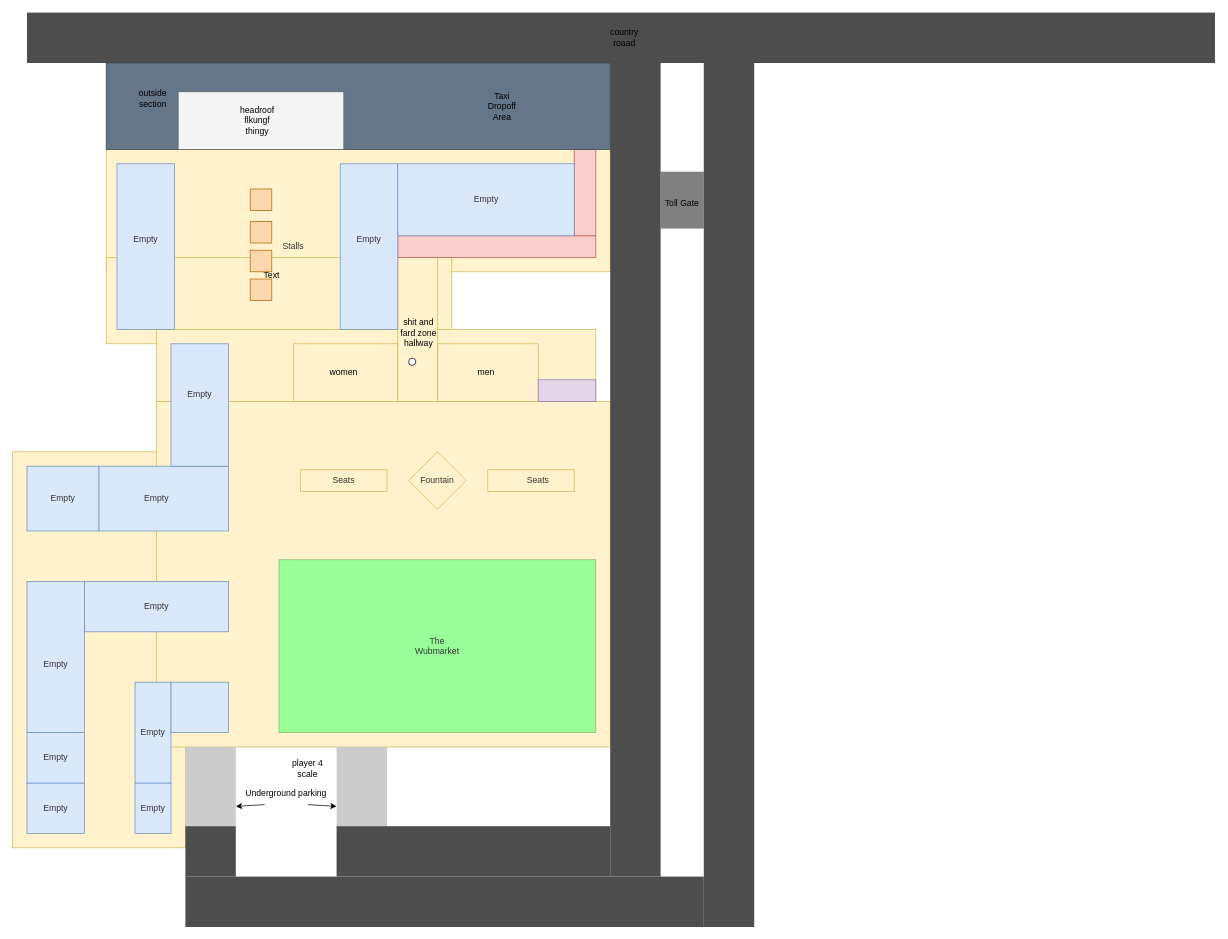
Earlier version of the draw.io diagram Orion Mall Blueprint.drawio (yourlocalonion/orionmallblooprints). Source tidied: cells renumbered, new cells numbered last; positions are measured from the earlier drawing's top-left corner, leaving out a move shared by most shapes. Both pictures are drawn from the tidied source at 72%, with x=0, y=0 at pixel (12, 12).
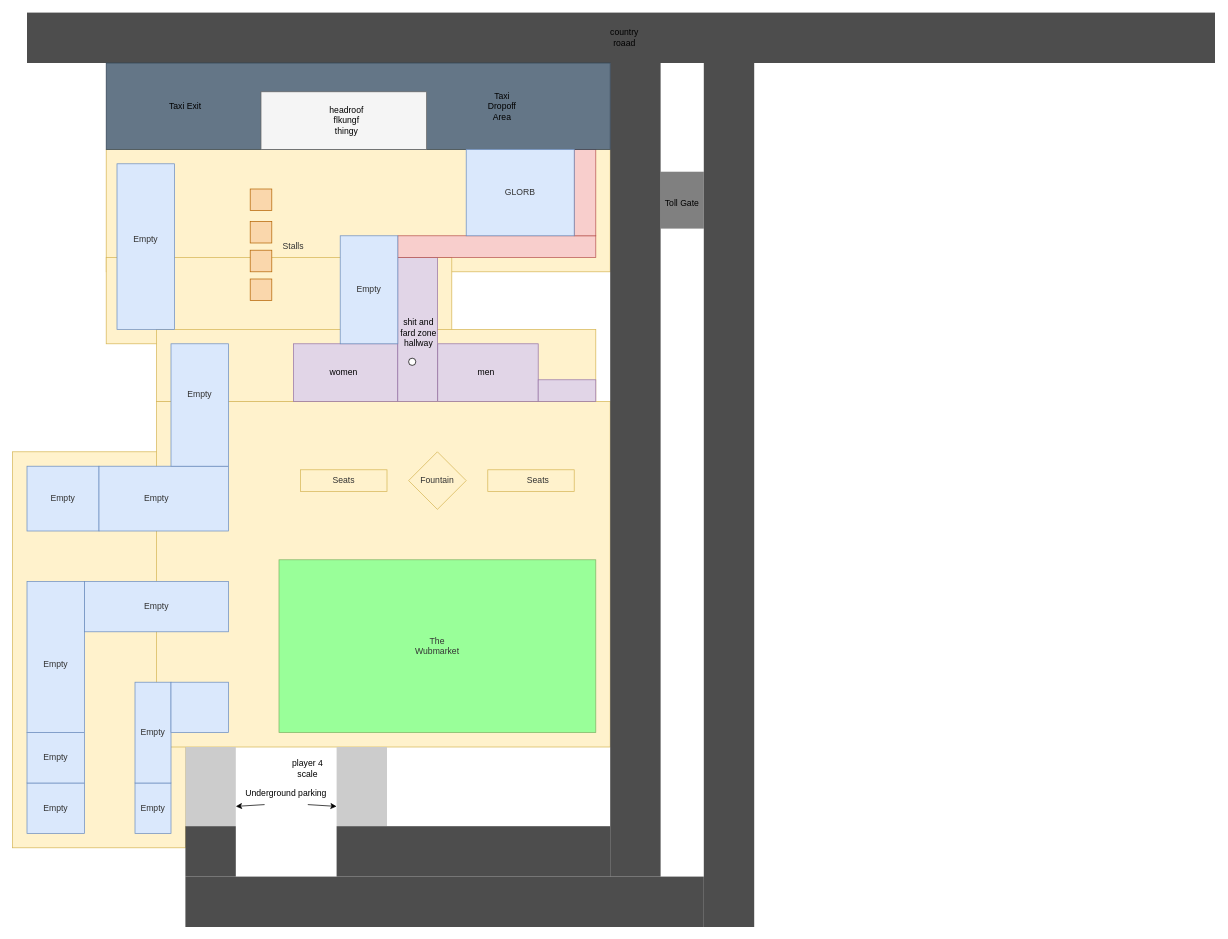
Above is the later version.

The edit, as a diff of the source:
```diff
@@
-    <mxCell id="49" style="rounded=0;whiteSpace=wrap;html=1;fillColor=#fff2cc;strokeColor=#d6b656;" parent="1" vertex="1">
+    <mxCell id="49" style="rounded=0;whiteSpace=wrap;html=1;fillColor=#e1d5e7;strokeColor=#9673a6;" parent="1" vertex="1">
       <mxGeometry x="590.5" y="460" width="139.5" height="80" as="geometry" />
     </mxCell>
-    <mxCell id="50" style="rounded=0;whiteSpace=wrap;html=1;fillColor=#fff2cc;strokeColor=#d6b656;" parent="1" vertex="1">
+    <mxCell id="50" style="rounded=0;whiteSpace=wrap;html=1;fillColor=#e1d5e7;strokeColor=#9673a6;" parent="1" vertex="1">
       <mxGeometry x="390" y="460" width="145" height="80" as="geometry" />
     </mxCell>
-    <mxCell id="51" style="rounded=0;whiteSpace=wrap;html=1;fillColor=#fff2cc;strokeColor=#d6b656;" parent="1" vertex="1">
+    <mxCell id="51" style="rounded=0;whiteSpace=wrap;html=1;fillColor=#e1d5e7;strokeColor=#9673a6;" parent="1" vertex="1">
       <mxGeometry x="535" y="340" width="55" height="200" as="geometry" />
     </mxCell>
@@
     <mxCell id="60" style="rounded=0;whiteSpace=wrap;html=1;fillColor=#f5f5f5;strokeColor=#666666;fontColor=#333333;" parent="1" vertex="1">
-      <mxGeometry x="230" y="110" width="230" height="80" as="geometry" />
+      <mxGeometry x="345" y="110" width="230" height="80" as="geometry" />
     </mxCell>
     <mxCell id="61" value="&lt;font color=&quot;#000000&quot;&gt;headroof flkungf thingy&lt;/font&gt;" style="text;html=1;strokeColor=none;fillColor=none;align=center;verticalAlign=middle;whiteSpace=wrap;rounded=0;" parent="1" vertex="1">
-      <mxGeometry x="310" y="135" width="60" height="30" as="geometry" />
+      <mxGeometry x="434" y="135" width="60" height="30" as="geometry" />
     </mxCell>
@@
     <mxCell id="63" style="rounded=0;whiteSpace=wrap;html=1;fillColor=#dae8fc;strokeColor=#6c8ebf;" parent="1" vertex="1">
-      <mxGeometry x="455" y="210" width="80" height="230" as="geometry" />
+      <mxGeometry x="455" y="310" width="80" height="150" as="geometry" />
     </mxCell>
     <mxCell id="64" style="rounded=0;whiteSpace=wrap;html=1;fillColor=#dae8fc;strokeColor=#6c8ebf;" parent="1" vertex="1">
-      <mxGeometry x="535" y="210" width="245" height="100" as="geometry" />
+      <mxGeometry x="630" y="190" width="150" height="120" as="geometry" />
     </mxCell>
-    <mxCell id="65" value="Text" style="text;html=1;strokeColor=none;fillColor=none;align=center;verticalAlign=middle;whiteSpace=wrap;rounded=0;" parent="1" vertex="1">
-      <mxGeometry x="330" y="350" width="60" height="30" as="geometry" />
-    </mxCell>
@@
     <mxCell id="67" value="Empty" style="text;html=1;strokeColor=none;fillColor=none;align=center;verticalAlign=middle;whiteSpace=wrap;rounded=0;fontColor=#333333;fontStyle=0;" parent="1" vertex="1">
-      <mxGeometry x="465" y="300" width="60" height="30" as="geometry" />
+      <mxGeometry x="465" y="370" width="60" height="30" as="geometry" />
     </mxCell>
-    <mxCell id="68" value="Empty" style="text;html=1;strokeColor=none;fillColor=none;align=center;verticalAlign=middle;whiteSpace=wrap;rounded=0;fontColor=#333333;fontStyle=0;" parent="1" vertex="1">
-      <mxGeometry x="627.5" y="245" width="60" height="30" as="geometry" />
+    <mxCell id="68" value="GLORB" style="text;html=1;strokeColor=none;fillColor=none;align=center;verticalAlign=middle;whiteSpace=wrap;rounded=0;fontColor=#333333;fontStyle=0;" parent="1" vertex="1">
+      <mxGeometry x="675" y="235" width="60" height="30" as="geometry" />
     </mxCell>
@@
-    <mxCell id="74" value="outside section" style="text;html=1;strokeColor=none;fillColor=none;align=center;verticalAlign=middle;whiteSpace=wrap;rounded=0;" parent="1" vertex="1">
-      <mxGeometry x="165" y="105" width="60" height="30" as="geometry" />
-    </mxCell>
@@
+    <mxCell id="76" value="Taxi Exit" style="text;html=1;strokeColor=none;fillColor=none;align=center;verticalAlign=middle;whiteSpace=wrap;rounded=0;" parent="1" vertex="1">
+      <mxGeometry x="210" y="115" width="60" height="30" as="geometry" />
+    </mxCell>
```
